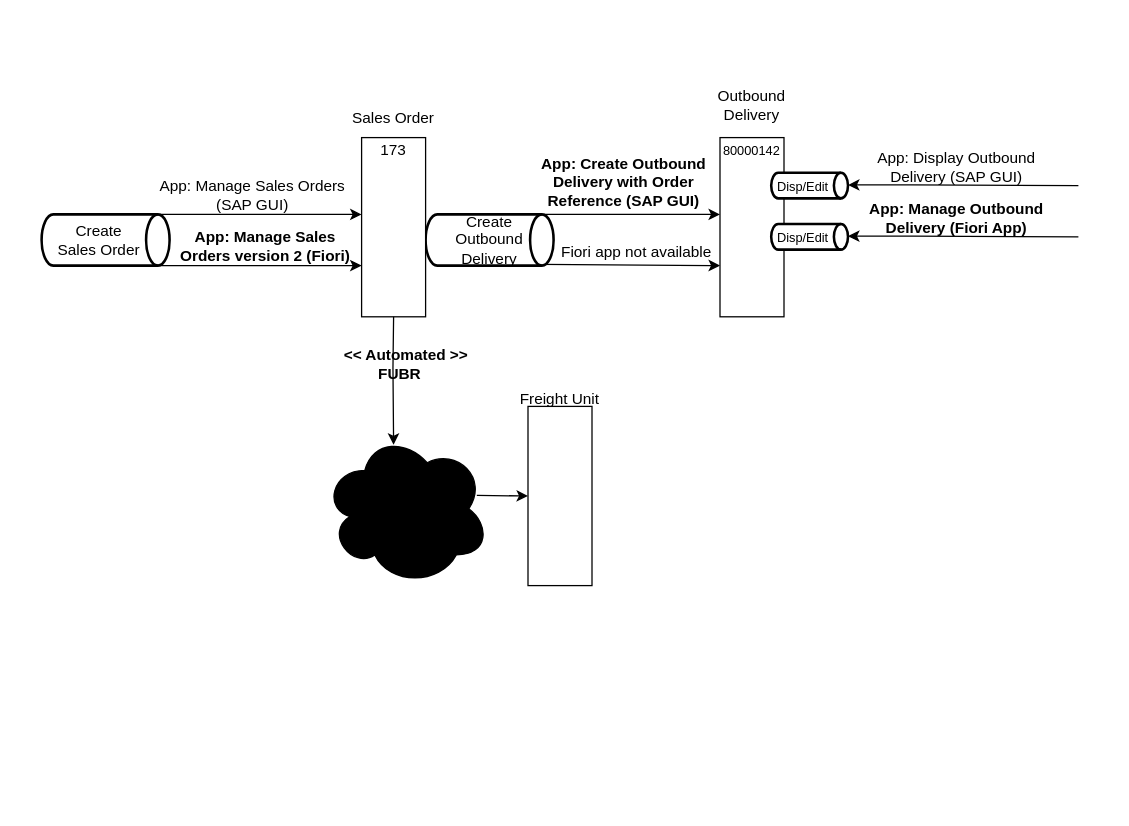
Earlier version of the draw.io diagram Unbenanntes Diagramm.drawio (BoroONE/DrawIO). Source tidied: cells renumbered, new cells numbered last; positions are measured from the earlier drawing's top-left corner, leaving out a move shared by most shapes. Both pictures are drawn from the tidied source at 128%, with x=0, y=0 at pixel (41, 86).
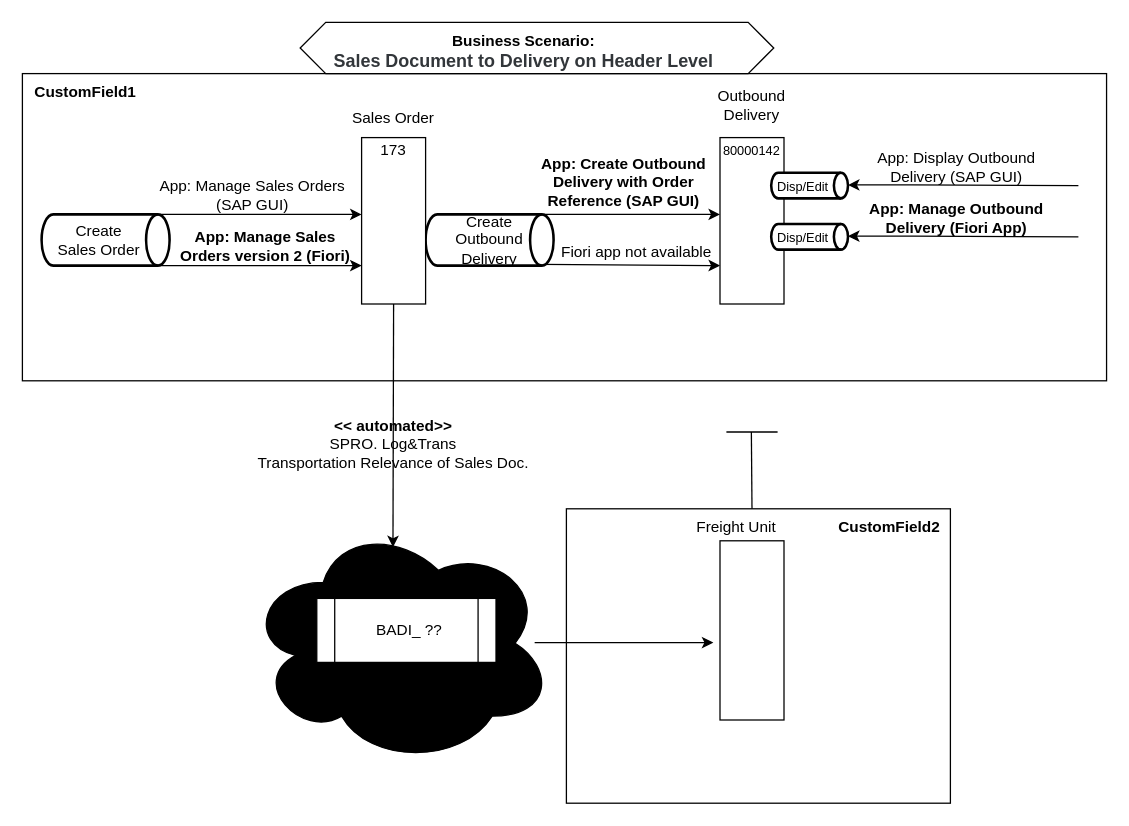
The same diagram, later.

Change to the diagram source:
```diff
@@
+    <mxCell id="35" style="rounded=0;whiteSpace=wrap;html=1;" parent="1" vertex="1">
+      <mxGeometry x="410" y="330" width="300" height="230" as="geometry" />
+    </mxCell>
+    <mxCell id="36" style="rounded=0;whiteSpace=wrap;html=1;" parent="1" vertex="1">
+      <mxGeometry x="-15" y="-10" width="847" height="240" as="geometry" />
+    </mxCell>
@@
     <mxCell id="12" style="rounded=0;whiteSpace=wrap;html=1;" parent="1" vertex="1">
-      <mxGeometry x="250" y="40" width="50" height="140" as="geometry" />
+      <mxGeometry x="250" y="40" width="50" height="130" as="geometry" />
     </mxCell>
@@
     <mxCell id="15" style="rounded=0;whiteSpace=wrap;html=1;" parent="1" vertex="1">
-      <mxGeometry x="530" y="40" width="50" height="140" as="geometry" />
+      <mxGeometry x="530" y="40" width="50" height="130" as="geometry" />
     </mxCell>
@@
     <mxCell id="28" style="ellipse;shape=cloud;whiteSpace=wrap;html=1;fillColor=#000000;" parent="1" vertex="1">
-      <mxGeometry x="220" y="270" width="130" height="120" as="geometry" />
+      <mxGeometry x="160" y="340" width="240" height="190" as="geometry" />
     </mxCell>
-    <mxCell id="29" style="endArrow=classic;html=1;rounded=0;exitX=0.5;exitY=1;exitDx=0;exitDy=0;" parent="1" edge="1" source="12">
-      <mxGeometry relative="1" as="geometry">
-        <mxPoint x="275" y="280" as="targetPoint" />
-        <Array as="points">
-          <mxPoint x="274.5" y="220" />
-        </Array>
-      </mxGeometry>
-    </mxCell>
     <mxCell id="30" style="rounded=0;whiteSpace=wrap;html=1;" parent="1" vertex="1">
-      <mxGeometry x="380" y="250" width="50" height="140" as="geometry" />
+      <mxGeometry x="530" y="355" width="50" height="140" as="geometry" />
     </mxCell>
     <mxCell id="31" value="Freight Unit" style="text;html=1;align=center;verticalAlign=middle;whiteSpace=wrap;rounded=0;" parent="1" vertex="1">
-      <mxGeometry x="365" y="230" width="80" height="30" as="geometry" />
+      <mxGeometry x="502.5" y="330" width="80" height="30" as="geometry" />
     </mxCell>
-    <mxCell id="32" style="endArrow=classic;html=1;rounded=0;" parent="1" edge="1">
-      <mxGeometry relative="1" as="geometry">
-        <mxPoint x="340" y="319.5" as="sourcePoint" />
-        <mxPoint x="380" y="320" as="targetPoint" />
-      </mxGeometry>
-    </mxCell>
-    <mxCell id="33" value="&lt;b&gt;FUBR&lt;/b&gt;" style="text;html=1;align=center;verticalAlign=middle;whiteSpace=wrap;rounded=0;" parent="1" vertex="1">
-      <mxGeometry x="250" y="210" width="60" height="30" as="geometry" />
-    </mxCell>
-    <mxCell id="34" value="&lt;b&gt;&amp;lt;&amp;lt; Automated &amp;gt;&amp;gt;&lt;/b&gt;" style="text;html=1;align=center;verticalAlign=middle;whiteSpace=wrap;rounded=0;" parent="1" vertex="1">
-      <mxGeometry x="230" y="200" width="110" height="20" as="geometry" />
-    </mxCell>
+    <mxCell id="37" style="shape=process;whiteSpace=wrap;html=1;backgroundOutline=1;" parent="1" vertex="1">
+      <mxGeometry x="215" y="400" width="140" height="50" as="geometry" />
+    </mxCell>
+    <mxCell id="38" value="BADI_ ??" style="text;html=1;align=center;verticalAlign=middle;whiteSpace=wrap;rounded=0;" parent="1" vertex="1">
+      <mxGeometry x="235" y="410" width="105" height="30" as="geometry" />
+    </mxCell>
+    <mxCell id="39" value="&lt;b&gt;CustomField2&lt;/b&gt;" style="text;html=1;align=center;verticalAlign=middle;whiteSpace=wrap;rounded=0;" parent="1" vertex="1">
+      <mxGeometry x="620" y="330" width="85" height="30" as="geometry" />
+    </mxCell>
+    <mxCell id="40" style="shape=hexagon;perimeter=hexagonPerimeter2;whiteSpace=wrap;html=1;fixedSize=1;" parent="1" vertex="1">
+      <mxGeometry x="202" y="-50" width="370" height="40" as="geometry" />
+    </mxCell>
+    <mxCell id="41" value="&lt;b&gt;Business Scenario:&amp;nbsp;&lt;/b&gt;&lt;div&gt;&lt;b&gt;&lt;span style=&quot;color: rgb(50, 54, 58); font-family: &amp;quot;72&amp;quot;, &amp;quot;72full&amp;quot;, Arial, Helvetica, sans-serif; font-size: 14px; text-align: left; white-space-collapse: preserve-breaks; background-color: rgb(255, 255, 255);&quot;&gt;Sales Document to Delivery on Header Level&lt;/span&gt;&amp;nbsp;&lt;/b&gt;&lt;/div&gt;" style="text;html=1;align=center;verticalAlign=middle;whiteSpace=wrap;rounded=0;" parent="1" vertex="1">
+      <mxGeometry x="217" y="-50" width="323" height="45" as="geometry" />
+    </mxCell>
+    <mxCell id="42" value="&lt;b&gt;CustomField1&lt;/b&gt;" style="text;html=1;align=center;verticalAlign=middle;whiteSpace=wrap;rounded=0;" parent="1" vertex="1">
+      <mxGeometry x="-8" y="-10" width="85" height="30" as="geometry" />
+    </mxCell>
+    <mxCell id="43" value="&lt;div&gt;&lt;b&gt;&amp;lt;&amp;lt; automated&amp;gt;&amp;gt;&lt;/b&gt;&lt;/div&gt;SPRO. Log&amp;amp;Trans&lt;div&gt;Transportation Relevance of Sales Doc.&lt;/div&gt;" style="text;html=1;align=center;verticalAlign=middle;whiteSpace=wrap;rounded=0;" parent="1" vertex="1">
+      <mxGeometry x="160" y="250" width="230" height="60" as="geometry" />
+    </mxCell>
+    <mxCell id="44" style="endArrow=classic;html=1;rounded=0;" parent="1" edge="1">
+      <mxGeometry relative="1" as="geometry">
+        <mxPoint x="275" y="170" as="sourcePoint" />
+        <mxPoint x="274.5" y="360" as="targetPoint" />
+      </mxGeometry>
+    </mxCell>
+    <mxCell id="45" style="endArrow=classic;html=1;rounded=0;" parent="1" edge="1">
+      <mxGeometry relative="1" as="geometry">
+        <mxPoint x="385.2" y="434.5" as="sourcePoint" />
+        <mxPoint x="524.8" y="434.5" as="targetPoint" />
+        <Array as="points">
+          <mxPoint x="455.2" y="434.5" />
+        </Array>
+      </mxGeometry>
+    </mxCell>
+    <mxCell id="46" style="endArrow=none;html=1;rounded=0;" parent="1" edge="1">
+      <mxGeometry relative="1" as="geometry">
+        <mxPoint x="555" y="330" as="sourcePoint" />
+        <mxPoint x="554.5" y="270" as="targetPoint" />
+      </mxGeometry>
+    </mxCell>
+    <mxCell id="47" style="endArrow=none;html=1;rounded=0;" parent="1" edge="1">
+      <mxGeometry relative="1" as="geometry">
+        <mxPoint x="575" y="270" as="sourcePoint" />
+        <mxPoint x="535" y="270" as="targetPoint" />
+      </mxGeometry>
+    </mxCell>
```
